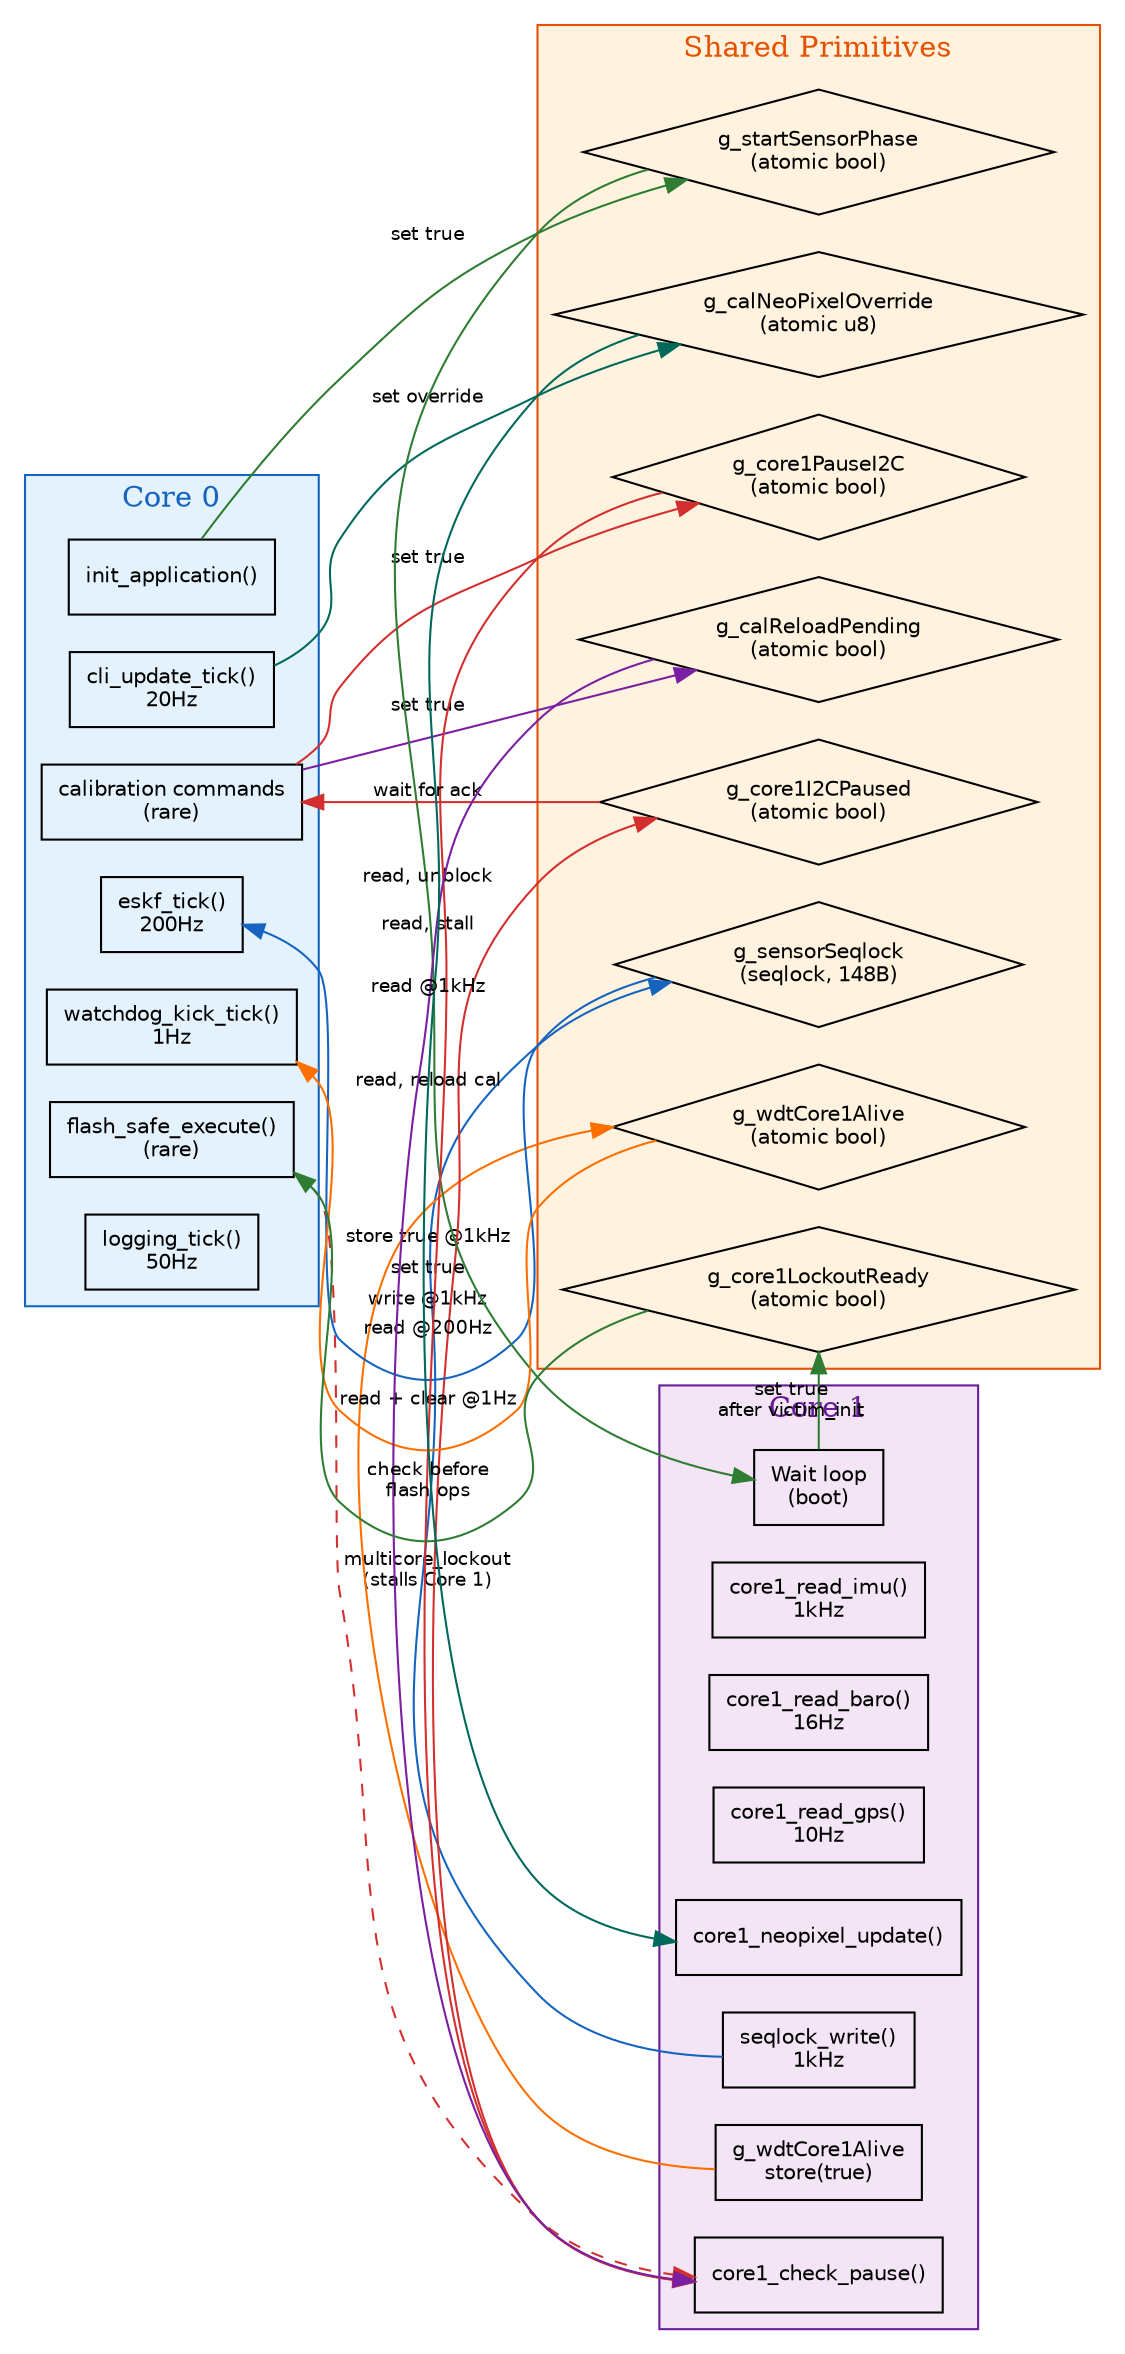
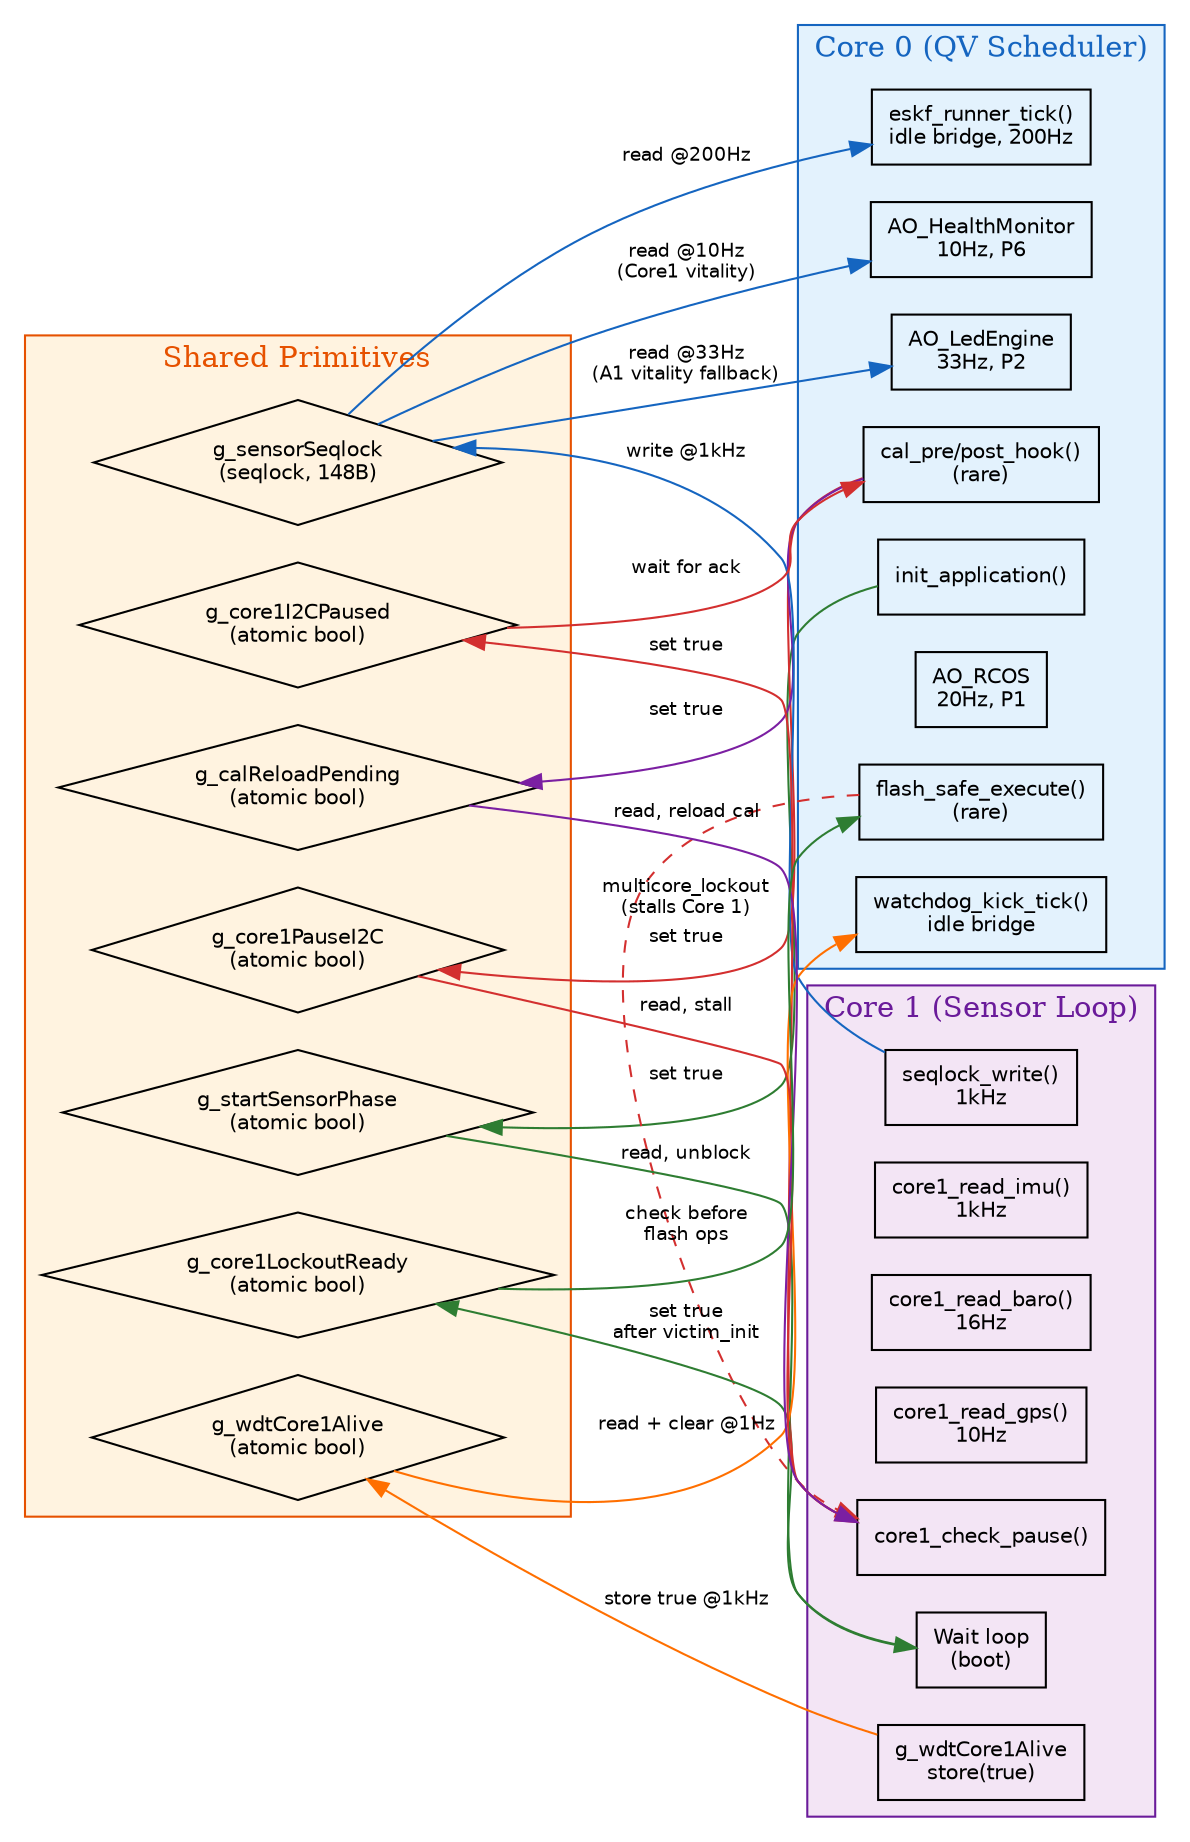
// RocketChip Cross-Core Communication Map
+ // Post-Stage 16A: QP/C QV Active Object architecture
// Shows all atomic flags, seqlock, and lockout interactions between Core 0 and Core 1
// Render: dot -Tsvg cross_core.dot -o cross_core.svg

digraph cross_core {
    rankdir=LR;
    node [fontname="Helvetica", fontsize=10];
    edge [fontname="Helvetica", fontsize=9];

    // Core 0 functions
    subgraph cluster_core0 {
-         label="Core 0";
+         label="Core 0 (QV Scheduler)";
        style=filled;
        fillcolor="#E3F2FD";
        color="#1565C0";
        fontcolor="#1565C0";

        c0_init [label="init_application()", shape=box];
-         c0_eskf [label="eskf_tick()\n200Hz", shape=box];
-         c0_wdt [label="watchdog_kick_tick()\n1Hz", shape=box];
-         c0_cli [label="cli_update_tick()\n20Hz", shape=box];
-         c0_cal [label="calibration commands\n(rare)", shape=box];
+         c0_eskf [label="eskf_runner_tick()\nidle bridge, 200Hz", shape=box];
+         c0_wdt [label="watchdog_kick_tick()\nidle bridge", shape=box];
+         c0_health [label="AO_HealthMonitor\n10Hz, P6", shape=box];
+         c0_led [label="AO_LedEngine\n33Hz, P2", shape=box];
+         c0_rcos [label="AO_RCOS\n20Hz, P1", shape=box];
+         c0_cal [label="cal_pre/post_hook()\n(rare)", shape=box];
        c0_flash [label="flash_safe_execute()\n(rare)", shape=box];
-         c0_logging [label="logging_tick()\n50Hz", shape=box];
    }

    // Core 1 functions
    subgraph cluster_core1 {
-         label="Core 1";
+         label="Core 1 (Sensor Loop)";
        style=filled;
        fillcolor="#F3E5F5";
        color="#6A1B9A";
        fontcolor="#6A1B9A";

        c1_wait [label="Wait loop\n(boot)", shape=box];
        c1_imu [label="core1_read_imu()\n1kHz", shape=box];
        c1_baro [label="core1_read_baro()\n16Hz", shape=box];
        c1_gps [label="core1_read_gps()\n10Hz", shape=box];
        c1_seqlock [label="seqlock_write()\n1kHz", shape=box];
        c1_wdt [label="g_wdtCore1Alive\nstore(true)", shape=box];
-         c1_neo [label="core1_neopixel_update()", shape=box];
        c1_pause [label="core1_check_pause()", shape=box];
    }

    // Shared primitives
    subgraph cluster_shared {
        label="Shared Primitives";
        style=filled;
        fillcolor="#FFF3E0";
        color="#E65100";
        fontcolor="#E65100";
        node [shape=diamond];

        seq [label="g_sensorSeqlock\n(seqlock, 148B)"];
        start [label="g_startSensorPhase\n(atomic bool)"];
        wdt1 [label="g_wdtCore1Alive\n(atomic bool)"];
        pause [label="g_core1PauseI2C\n(atomic bool)"];
        paused [label="g_core1I2CPaused\n(atomic bool)"];
        reload [label="g_calReloadPending\n(atomic bool)"];
        lockout [label="g_core1LockoutReady\n(atomic bool)"];
-         neoov [label="g_calNeoPixelOverride\n(atomic u8)"];
    }

    // Data flow edges
    c0_init -> start [label="set true", color="#2E7D32"];
    start -> c1_wait [label="read, unblock", color="#2E7D32"];

    c1_seqlock -> seq [label="write @1kHz", color="#1565C0"];
    seq -> c0_eskf [label="read @200Hz", color="#1565C0"];
+     seq -> c0_health [label="read @10Hz\n(Core1 vitality)", color="#1565C0"];
+     seq -> c0_led [label="read @33Hz\n(A1 vitality fallback)", color="#1565C0"];

    c1_wdt -> wdt1 [label="store true @1kHz", color="#FF6F00"];
    wdt1 -> c0_wdt [label="read + clear @1Hz", color="#FF6F00"];

    c0_cal -> pause [label="set true", color="#D32F2F"];
    pause -> c1_pause [label="read, stall", color="#D32F2F"];
    c1_pause -> paused [label="set true", color="#D32F2F"];
    paused -> c0_cal [label="wait for ack", color="#D32F2F"];

    c0_cal -> reload [label="set true", color="#7B1FA2"];
    reload -> c1_pause [label="read, reload cal", color="#7B1FA2"];

-     c0_cli -> neoov [label="set override", color="#00695C"];
-     neoov -> c1_neo [label="read @1kHz", color="#00695C"];
- 
    c0_flash -> c1_pause [label="multicore_lockout\n(stalls Core 1)", color="#D32F2F", style=dashed];

    c1_wait -> lockout [label="set true\nafter victim_init", color="#2E7D32"];
    lockout -> c0_flash [label="check before\nflash ops", color="#2E7D32"];
}
